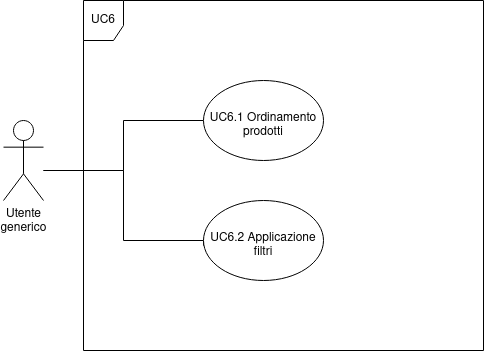
This is Images/AnalisiRequisiti/UC6.png from techsweave/TechSWEaveDocumentation, a draw.io export, as it was before one commit. Source tidied: cells renumbered, new cells last; positions are measured from the earlier drawing's top-left corner, leaving out a move shared by most shapes.
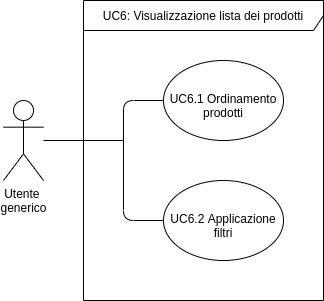
The same diagram one commit later.

The edit, as a diff of the source:
```diff
@@ -2,38 +2,34 @@
   <root>
     <mxCell id="0" />
     <mxCell id="1" parent="0" />
-    <mxCell id="2" value="UC6" style="shape=umlFrame;whiteSpace=wrap;html=1;width=40;height=40;" parent="1" vertex="1">
-      <mxGeometry x="80" width="400" height="350" as="geometry" />
+    <mxCell id="2" value="UC6: Visualizzazione lista dei prodotti" style="shape=umlFrame;whiteSpace=wrap;html=1;width=260;height=30;fillColor=none;" parent="1" vertex="1">
+      <mxGeometry x="80" y="20" width="240" height="300" as="geometry" />
     </mxCell>
     <mxCell id="3" style="edgeStyle=orthogonalEdgeStyle;rounded=0;jettySize=auto;html=1;entryX=0;entryY=0.5;entryDx=0;entryDy=0;strokeColor=none;" parent="1" edge="1" source="6" target="7">
       <mxGeometry relative="1" as="geometry" />
     </mxCell>
-    <mxCell id="4" style="edgeStyle=orthogonalEdgeStyle;rounded=0;jettySize=auto;html=1;entryX=0;entryY=0.5;entryDx=0;entryDy=0;endArrow=none;endFill=0;" parent="1" edge="1" source="6" target="7">
-      <mxGeometry relative="1" as="geometry">
-        <Array as="points">
-          <mxPoint x="120" y="170" />
-          <mxPoint x="120" y="120" />
-        </Array>
-      </mxGeometry>
-    </mxCell>
-    <mxCell id="5" style="edgeStyle=orthogonalEdgeStyle;rounded=0;jettySize=auto;html=1;entryX=0;entryY=0.5;entryDx=0;entryDy=0;endArrow=none;endFill=0;" parent="1" edge="1" source="6">
-      <mxGeometry relative="1" as="geometry">
-        <mxPoint x="200" y="245" as="targetPoint" />
-        <Array as="points">
-          <mxPoint x="120" y="170" />
-          <mxPoint x="120" y="240" />
-          <mxPoint x="200" y="240" />
-        </Array>
-      </mxGeometry>
-    </mxCell>
     <mxCell id="6" value="&lt;div&gt;Utente &lt;br&gt;&lt;/div&gt;&lt;div&gt;generico&lt;/div&gt;" style="shape=umlActor;verticalLabelPosition=bottom;verticalAlign=top;html=1;outlineConnect=0;" parent="1" vertex="1">
       <mxGeometry y="120" width="40" height="80" as="geometry" />
     </mxCell>
-    <mxCell id="7" value="UC6.1 Ordinamento prodotti" style="ellipse;whiteSpace=wrap;html=1;spacingTop=10;" parent="1" vertex="1">
-      <mxGeometry x="200" y="80" width="120" height="80" as="geometry" />
+    <mxCell id="7" value="UC6.1 Ordinamento prodotti" style="ellipse;whiteSpace=wrap;html=1;spacingTop=10;fillColor=none;" parent="1" vertex="1">
+      <mxGeometry x="160" y="80" width="120" height="80" as="geometry" />
     </mxCell>
-    <mxCell id="8" value="UC6.2 Applicazione filtri" style="ellipse;whiteSpace=wrap;html=1;spacingTop=10;" parent="1" vertex="1">
-      <mxGeometry x="200" y="200" width="120" height="80" as="geometry" />
+    <mxCell id="8" value="UC6.2 Applicazione filtri" style="ellipse;whiteSpace=wrap;html=1;spacingTop=10;fillColor=none;" parent="1" vertex="1">
+      <mxGeometry x="160" y="200" width="120" height="80" as="geometry" />
     </mxCell>
+    <mxCell id="9" style="endArrow=none;html=1;" parent="1" edge="1">
+      <mxGeometry relative="1" as="geometry">
+        <mxPoint x="40" y="160" as="sourcePoint" />
+        <mxPoint x="120" y="160" as="targetPoint" />
+      </mxGeometry>
+    </mxCell>
+    <mxCell id="10" style="endArrow=none;html=1;entryX=0;entryY=0.5;entryDx=0;entryDy=0;exitX=0;exitY=0.5;exitDx=0;exitDy=0;" parent="1" edge="1" source="7" target="8">
+      <mxGeometry relative="1" as="geometry">
+        <Array as="points">
+          <mxPoint x="120" y="120" />
+          <mxPoint x="120" y="240" />
+        </Array>
+      </mxGeometry>
+    </mxCell>
   </root>
 </mxGraphModel>
```
